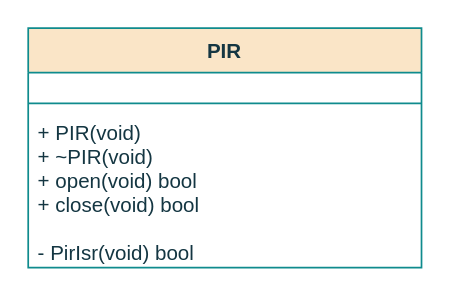
Earlier version of the draw.io diagram page "ClassPIR" (2 of 7) of project/report/flowcharts/LStasks/Classes.drawio (ESRGgroup9/slipad). Source tidied: cells renumbered, new cells numbered last; positions are measured from the earlier drawing's top-left corner, leaving out a move shared by most shapes. Both pictures are drawn from the tidied source at 171%, with x=0, y=0 at pixel (27, 27).
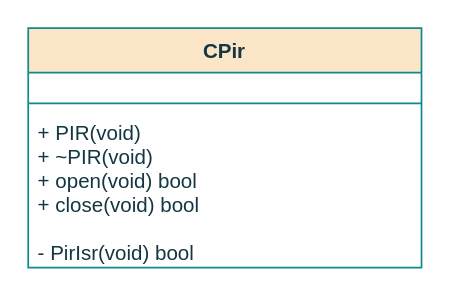
The same diagram, later.

Diff of the diagram source:
```diff
@@
 <mxGraphModel>
   <root>
     <mxCell id="0" />
     <mxCell id="1" parent="0" />
-    <mxCell id="2" value="PIR" style="swimlane;fontStyle=1;align=center;verticalAlign=top;horizontal=1;startSize=26;fillColor=#FAE5C7;strokeColor=#0F8B8D;fontColor=#143642;" parent="1" vertex="1">
+    <mxCell id="2" value="CPir" style="swimlane;fontStyle=1;align=center;verticalAlign=top;horizontal=1;startSize=26;fillColor=#FAE5C7;strokeColor=#0F8B8D;fontColor=#143642;" parent="1" vertex="1">
       <mxGeometry width="230" height="140" as="geometry" />
     </mxCell>
     <mxCell id="3" value="&#10;" style="text;strokeColor=none;fillColor=none;align=left;verticalAlign=top;spacingLeft=4;spacingRight=4;overflow=hidden;fontColor=#143642;" parent="2" vertex="1">
       <mxGeometry y="26" width="230" height="14" as="geometry" />
     </mxCell>
     <mxCell id="4" style="line;strokeWidth=1;fillColor=none;align=left;verticalAlign=middle;spacingTop=-1;spacingLeft=3;spacingRight=3;labelPosition=right;labelBackgroundColor=#DAD2D8;strokeColor=#0F8B8D;fontColor=#143642;" parent="2" vertex="1">
       <mxGeometry y="40" width="230" height="8" as="geometry" />
     </mxCell>
     <mxCell id="5" value="+ PIR(void)&#10;+ ~PIR(void)&#10;+ open(void) bool&#10;+ close(void) bool&#10;&#10;- PirIsr(void) bool" style="text;strokeColor=none;fillColor=none;align=left;verticalAlign=top;spacingLeft=4;spacingRight=4;overflow=hidden;fontColor=#143642;spacing=2;" parent="2" vertex="1">
       <mxGeometry y="48" width="230" height="92" as="geometry" />
     </mxCell>
   </root>
 </mxGraphModel>
```
